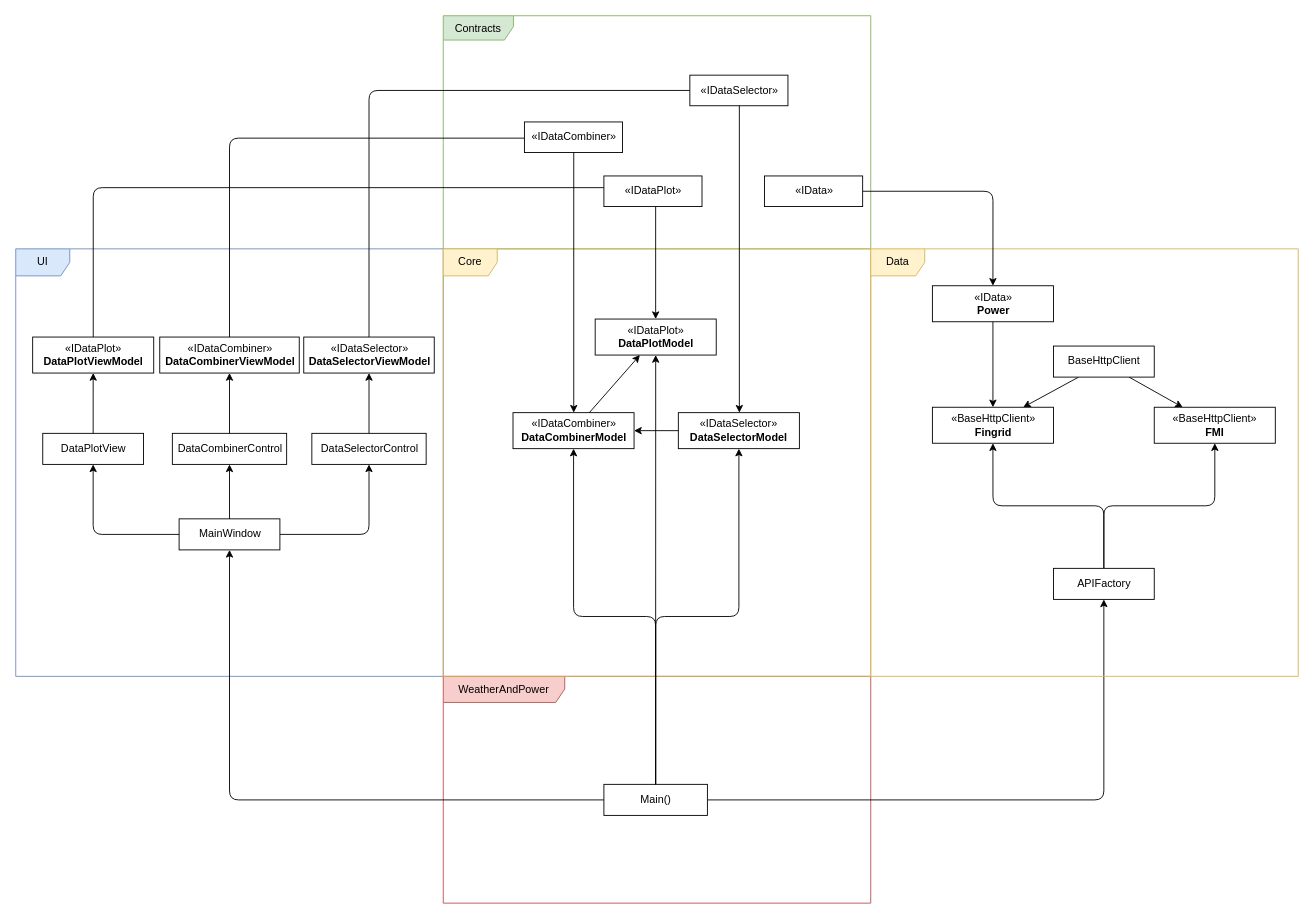
Above: page "Page-2" (2 of 3) of WeatherAndPower/Documentation/diagrams.drawio in junjung929/WeatherAndPower (draw.io), before the change. Source tidied: cells renumbered, new cells numbered last; positions are measured from the earlier drawing's top-left corner, leaving out a move shared by most shapes. Both pictures are drawn from the tidied source at 90%, with x=0, y=0 at pixel (15, 15).
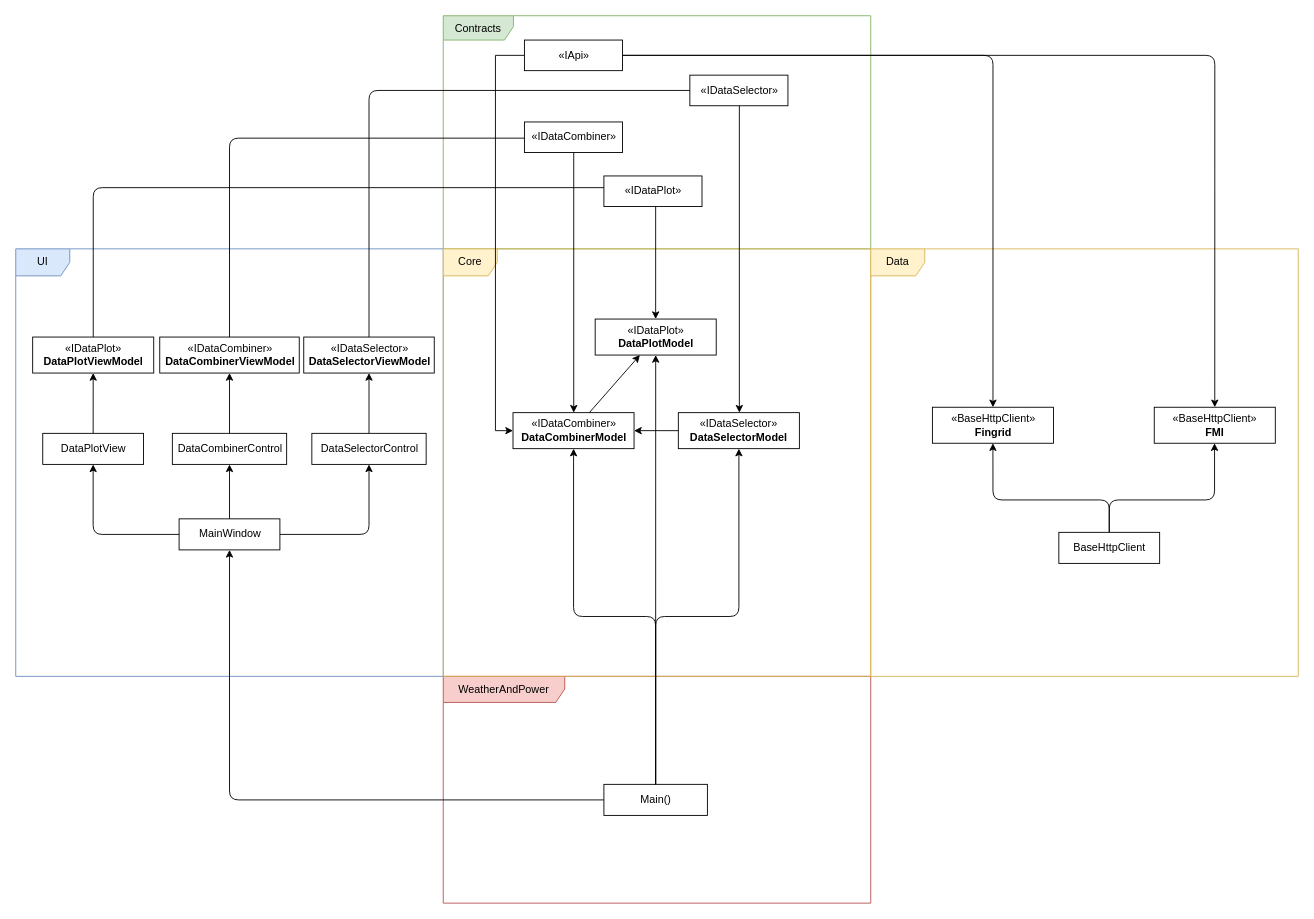
The same page after the edit.

Commit message:
Update APIs in class diagram

The change refers to these unchanged cells:
```xml
<mxCell id="7" value="Main()" style="html=1;" parent="1" vertex="1">
  <mxGeometry x="653.5" y="854" width="115" height="34.5" as="geometry" />
</mxCell>
<mxCell id="18" value="«IDataCombiner»&lt;br&gt;&lt;b&gt;DataCombinerModel&lt;/b&gt;" style="html=1;" parent="1" vertex="1">
  <mxGeometry x="552.5" y="441" width="134.5" height="40" as="geometry" />
</mxCell>
<mxCell id="40" value="«BaseHttpClient»&lt;br&gt;&lt;b&gt;Fingrid&lt;/b&gt;" style="html=1;" parent="1" vertex="1">
  <mxGeometry x="1018.5" y="435" width="134.5" height="40" as="geometry" />
</mxCell>
<mxCell id="41" value="«BaseHttpClient»&lt;br&gt;&lt;b&gt;FMI&lt;br&gt;&lt;/b&gt;" style="html=1;" parent="1" vertex="1">
  <mxGeometry x="1265" y="435" width="134.5" height="40" as="geometry" />
</mxCell>
```

The edit, as a diff of the source:
```diff
@@
-    <mxCell id="6" style="edgeStyle=orthogonalEdgeStyle;rounded=1;jettySize=auto;html=1;entryX=0.5;entryY=1;entryDx=0;entryDy=0;" parent="1" edge="1" source="7" target="48">
-      <mxGeometry relative="1" as="geometry" />
-    </mxCell>
@@
-    <mxCell id="37" style="rounded=1;jettySize=auto;html=1;exitX=0.25;exitY=1;exitDx=0;exitDy=0;entryX=0.75;entryY=0;entryDx=0;entryDy=0;" parent="1" edge="1" source="39" target="40">
-      <mxGeometry relative="1" as="geometry" />
+    <mxCell id="37" style="rounded=1;jettySize=auto;html=1;exitX=0.5;exitY=0;exitDx=0;exitDy=0;entryX=0.5;entryY=1;entryDx=0;entryDy=0;edgeStyle=orthogonalEdgeStyle;" parent="1" edge="1" source="39" target="40">
+      <mxGeometry relative="1" as="geometry">
+        <Array as="points">
+          <mxPoint x="1215" y="538" />
+          <mxPoint x="1086" y="538" />
+        </Array>
+      </mxGeometry>
     </mxCell>
-    <mxCell id="38" style="edgeStyle=none;rounded=1;jettySize=auto;html=1;exitX=0.75;exitY=1;exitDx=0;exitDy=0;" parent="1" edge="1" source="39" target="41">
-      <mxGeometry relative="1" as="geometry" />
+    <mxCell id="38" style="edgeStyle=orthogonalEdgeStyle;rounded=1;jettySize=auto;html=1;exitX=0.5;exitY=0;exitDx=0;exitDy=0;" parent="1" edge="1" source="39" target="41">
+      <mxGeometry relative="1" as="geometry">
+        <Array as="points">
+          <mxPoint x="1215" y="538" />
+          <mxPoint x="1332" y="538" />
+        </Array>
+      </mxGeometry>
     </mxCell>
     <mxCell id="39" value="BaseHttpClient" style="html=1;" parent="1" vertex="1">
-      <mxGeometry x="1153" y="367" width="112" height="34.5" as="geometry" />
+      <mxGeometry x="1159" y="574" width="112" height="34.5" as="geometry" />
     </mxCell>
@@
-    <mxCell id="42" style="edgeStyle=none;rounded=1;jettySize=auto;html=1;entryX=0.5;entryY=0;entryDx=0;entryDy=0;" parent="1" edge="1" source="43" target="40">
-      <mxGeometry relative="1" as="geometry" />
-    </mxCell>
-    <mxCell id="43" value="«IData»&lt;br&gt;&lt;b&gt;Power&lt;/b&gt;" style="html=1;" parent="1" vertex="1">
-      <mxGeometry x="1018.5" y="300" width="134.5" height="40" as="geometry" />
-    </mxCell>
-    <mxCell id="44" style="edgeStyle=orthogonalEdgeStyle;jettySize=auto;html=1;entryX=0.5;entryY=0;entryDx=0;entryDy=0;rounded=1;" parent="1" edge="1" source="45" target="43">
-      <mxGeometry relative="1" as="geometry" />
-    </mxCell>
-    <mxCell id="45" value="«IData»" style="html=1;" parent="1" vertex="1">
-      <mxGeometry x="832" y="178" width="109" height="34" as="geometry" />
-    </mxCell>
-    <mxCell id="46" style="edgeStyle=orthogonalEdgeStyle;rounded=1;jettySize=auto;html=1;entryX=0.5;entryY=1;entryDx=0;entryDy=0;" parent="1" edge="1" source="48" target="40">
-      <mxGeometry relative="1" as="geometry" />
-    </mxCell>
-    <mxCell id="47" style="edgeStyle=orthogonalEdgeStyle;rounded=1;jettySize=auto;html=1;" parent="1" edge="1" source="48" target="41">
-      <mxGeometry relative="1" as="geometry" />
-    </mxCell>
-    <mxCell id="48" value="APIFactory" style="html=1;" parent="1" vertex="1">
-      <mxGeometry x="1153" y="614" width="112" height="34.5" as="geometry" />
-    </mxCell>
+    <mxCell id="49" style="edgeStyle=orthogonalEdgeStyle;rounded=0;jettySize=auto;html=1;entryX=0;entryY=0.5;entryDx=0;entryDy=0;" parent="1" edge="1" source="52" target="18">
+      <mxGeometry relative="1" as="geometry">
+        <Array as="points">
+          <mxPoint x="533" y="44" />
+          <mxPoint x="533" y="461" />
+        </Array>
+      </mxGeometry>
+    </mxCell>
+    <mxCell id="50" style="edgeStyle=orthogonalEdgeStyle;rounded=1;jettySize=auto;html=1;" parent="1" edge="1" source="52" target="40">
+      <mxGeometry relative="1" as="geometry" />
+    </mxCell>
+    <mxCell id="51" style="edgeStyle=orthogonalEdgeStyle;rounded=1;jettySize=auto;html=1;entryX=0.5;entryY=0;entryDx=0;entryDy=0;" parent="1" edge="1" source="52" target="41">
+      <mxGeometry relative="1" as="geometry" />
+    </mxCell>
+    <mxCell id="52" value="«IApi»" style="html=1;" parent="1" vertex="1">
+      <mxGeometry x="565.2" y="27" width="109" height="34" as="geometry" />
+    </mxCell>
```
